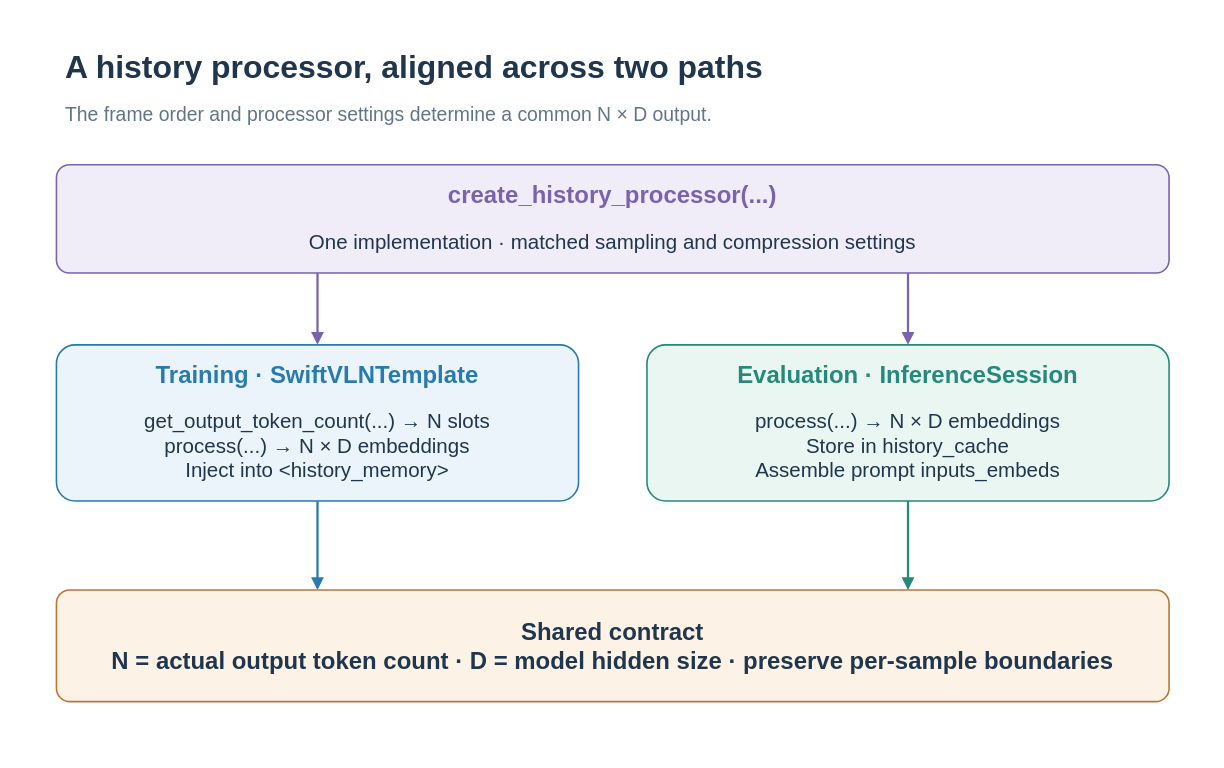
Above: docs/assets/workflows/processor-contract.en-US.drawio in Eku127/SwiftVLN (draw.io), before the change. Source tidied: cells renumbered, new cells numbered last; positions are measured from the earlier drawing's top-left corner, leaving out a move shared by most shapes. Both pictures are drawn from the tidied source at 114%, with x=0, y=0 at pixel (19, 19).
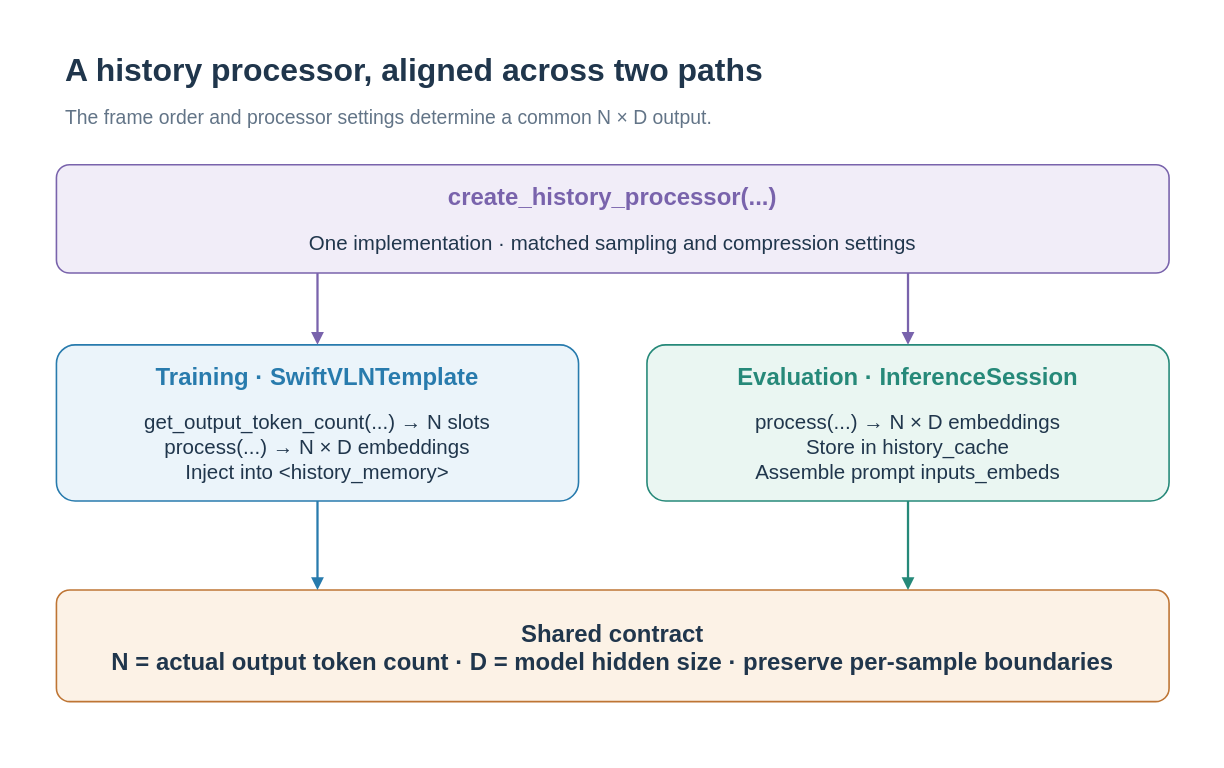
Above is the later version.

Change to the diagram source:
```diff
@@
-    <mxCell id="2" style="rounded=0;arcSize=12;whiteSpace=wrap;html=0;fillColor=#FFFFFF;strokeColor=none;strokeWidth=1.4;fontColor=#20364C;fontFamily=Arial;fontSize=19;fontStyle=0;align=center;verticalAlign=middle;spacing=8;" parent="1" vertex="1">
+    <mxCell id="2" style="rounded=0;arcSize=12;whiteSpace=nowrap;html=0;fillColor=#FFFFFF;strokeColor=none;strokeWidth=1.4;fontColor=#20364C;fontFamily=Arial;fontSize=19;fontStyle=0;align=center;verticalAlign=middle;spacing=8;" parent="1" vertex="1">
       <mxGeometry width="1040" height="640" as="geometry" />
     </mxCell>
-    <mxCell id="3" value="A history processor, aligned across two paths" style="rounded=0;arcSize=12;whiteSpace=wrap;html=0;fillColor=none;strokeColor=none;strokeWidth=1.4;fontColor=#20364C;fontFamily=Arial;fontSize=28;fontStyle=1;align=left;verticalAlign=middle;spacing=8;" parent="1" vertex="1">
+    <mxCell id="3" value="A history processor, aligned across two paths" style="rounded=0;arcSize=12;whiteSpace=nowrap;html=0;fillColor=none;strokeColor=none;strokeWidth=1.4;fontColor=#20364C;fontFamily=Arial;fontSize=28;fontStyle=1;align=left;verticalAlign=middle;spacing=8;" parent="1" vertex="1">
       <mxGeometry x="32" y="22" width="970" height="38" as="geometry" />
     </mxCell>
-    <mxCell id="4" value="The frame order and processor settings determine a common N × D output." style="rounded=0;arcSize=12;whiteSpace=wrap;html=0;fillColor=none;strokeColor=none;strokeWidth=1.4;fontColor=#627487;fontFamily=Arial;fontSize=17;fontStyle=0;align=left;verticalAlign=middle;spacing=8;" parent="1" vertex="1">
+    <mxCell id="4" value="The frame order and processor settings determine a common N × D output." style="rounded=0;arcSize=12;whiteSpace=nowrap;html=0;fillColor=none;strokeColor=none;strokeWidth=1.4;fontColor=#627487;fontFamily=Arial;fontSize=17;fontStyle=0;align=left;verticalAlign=middle;spacing=8;" parent="1" vertex="1">
       <mxGeometry x="32" y="67" width="970" height="34" as="geometry" />
     </mxCell>
-    <mxCell id="5" style="rounded=1;arcSize=12;whiteSpace=wrap;html=0;fillColor=#F1EDF8;strokeColor=#7963AC;strokeWidth=1.4;fontColor=#20364C;fontFamily=Arial;fontSize=19;fontStyle=0;align=center;verticalAlign=middle;spacing=8;" parent="1" vertex="1">
+    <mxCell id="5" style="rounded=1;arcSize=12;whiteSpace=nowrap;html=0;fillColor=#F1EDF8;strokeColor=#7963AC;strokeWidth=1.4;fontColor=#20364C;fontFamily=Arial;fontSize=19;fontStyle=0;align=center;verticalAlign=middle;spacing=8;" parent="1" vertex="1">
       <mxGeometry x="32" y="127" width="976" height="95" as="geometry" />
     </mxCell>
-    <mxCell id="6" value="create_history_processor(...)" style="rounded=0;arcSize=12;whiteSpace=wrap;html=0;fillColor=none;strokeColor=none;strokeWidth=1.4;fontColor=#7963AC;fontFamily=Arial;fontSize=21;fontStyle=1;align=center;verticalAlign=middle;spacing=8;" parent="1" vertex="1">
+    <mxCell id="6" value="create_history_processor(...)" style="rounded=0;arcSize=12;whiteSpace=nowrap;html=0;fillColor=none;strokeColor=none;strokeWidth=1.4;fontColor=#7963AC;fontFamily=Arial;fontSize=21;fontStyle=1;align=center;verticalAlign=middle;spacing=8;" parent="1" vertex="1">
       <mxGeometry x="42" y="137" width="956" height="32" as="geometry" />
     </mxCell>
-    <mxCell id="7" value="One implementation · matched sampling and compression settings" style="rounded=0;arcSize=12;whiteSpace=wrap;html=0;fillColor=none;strokeColor=none;strokeWidth=1.4;fontColor=#20364C;fontFamily=Arial;fontSize=18;fontStyle=0;align=center;verticalAlign=middle;spacing=8;" parent="1" vertex="1">
+    <mxCell id="7" value="One implementation · matched sampling and compression settings" style="rounded=0;arcSize=12;whiteSpace=nowrap;html=0;fillColor=none;strokeColor=none;strokeWidth=1.4;fontColor=#20364C;fontFamily=Arial;fontSize=18;fontStyle=0;align=center;verticalAlign=middle;spacing=8;" parent="1" vertex="1">
       <mxGeometry x="42" y="173" width="956" height="43" as="geometry" />
     </mxCell>
-    <mxCell id="8" style="rounded=1;arcSize=12;whiteSpace=wrap;html=0;fillColor=#EBF4FA;strokeColor=#287BAD;strokeWidth=1.4;fontColor=#20364C;fontFamily=Arial;fontSize=19;fontStyle=0;align=center;verticalAlign=middle;spacing=8;" parent="1" vertex="1">
+    <mxCell id="8" style="rounded=1;arcSize=12;whiteSpace=nowrap;html=0;fillColor=#EBF4FA;strokeColor=#287BAD;strokeWidth=1.4;fontColor=#20364C;fontFamily=Arial;fontSize=19;fontStyle=0;align=center;verticalAlign=middle;spacing=8;" parent="1" vertex="1">
       <mxGeometry x="32" y="285" width="458" height="137" as="geometry" />
     </mxCell>
-    <mxCell id="9" value="Training · SwiftVLNTemplate" style="rounded=0;arcSize=12;whiteSpace=wrap;html=0;fillColor=none;strokeColor=none;strokeWidth=1.4;fontColor=#287BAD;fontFamily=Arial;fontSize=21;fontStyle=1;align=center;verticalAlign=middle;spacing=8;" parent="1" vertex="1">
+    <mxCell id="9" value="Training · SwiftVLNTemplate" style="rounded=0;arcSize=12;whiteSpace=nowrap;html=0;fillColor=none;strokeColor=none;strokeWidth=1.4;fontColor=#287BAD;fontFamily=Arial;fontSize=21;fontStyle=1;align=center;verticalAlign=middle;spacing=8;" parent="1" vertex="1">
       <mxGeometry x="42" y="295" width="438" height="32" as="geometry" />
     </mxCell>
-    <mxCell id="10" value="get_output_token_count(...) → N slots&#10;process(...) → N × D embeddings&#10;Inject into &lt;history_memory&gt;" style="rounded=0;arcSize=12;whiteSpace=wrap;html=0;fillColor=none;strokeColor=none;strokeWidth=1.4;fontColor=#20364C;fontFamily=Arial;fontSize=18;fontStyle=0;align=center;verticalAlign=middle;spacing=8;" parent="1" vertex="1">
+    <mxCell id="10" value="get_output_token_count(...) → N slots&#10;process(...) → N × D embeddings&#10;Inject into &lt;history_memory&gt;" style="rounded=0;arcSize=12;whiteSpace=nowrap;html=0;fillColor=none;strokeColor=none;strokeWidth=1.4;fontColor=#20364C;fontFamily=Arial;fontSize=18;fontStyle=0;align=center;verticalAlign=middle;spacing=8;" parent="1" vertex="1">
       <mxGeometry x="42" y="331" width="438" height="85" as="geometry" />
     </mxCell>
-    <mxCell id="11" style="rounded=1;arcSize=12;whiteSpace=wrap;html=0;fillColor=#EAF6F2;strokeColor=#268979;strokeWidth=1.4;fontColor=#20364C;fontFamily=Arial;fontSize=19;fontStyle=0;align=center;verticalAlign=middle;spacing=8;" parent="1" vertex="1">
+    <mxCell id="11" style="rounded=1;arcSize=12;whiteSpace=nowrap;html=0;fillColor=#EAF6F2;strokeColor=#268979;strokeWidth=1.4;fontColor=#20364C;fontFamily=Arial;fontSize=19;fontStyle=0;align=center;verticalAlign=middle;spacing=8;" parent="1" vertex="1">
       <mxGeometry x="550" y="285" width="458" height="137" as="geometry" />
     </mxCell>
-    <mxCell id="12" value="Evaluation · InferenceSession" style="rounded=0;arcSize=12;whiteSpace=wrap;html=0;fillColor=none;strokeColor=none;strokeWidth=1.4;fontColor=#268979;fontFamily=Arial;fontSize=21;fontStyle=1;align=center;verticalAlign=middle;spacing=8;" parent="1" vertex="1">
+    <mxCell id="12" value="Evaluation · InferenceSession" style="rounded=0;arcSize=12;whiteSpace=nowrap;html=0;fillColor=none;strokeColor=none;strokeWidth=1.4;fontColor=#268979;fontFamily=Arial;fontSize=21;fontStyle=1;align=center;verticalAlign=middle;spacing=8;" parent="1" vertex="1">
       <mxGeometry x="560" y="295" width="438" height="32" as="geometry" />
     </mxCell>
-    <mxCell id="13" value="process(...) → N × D embeddings&#10;Store in history_cache&#10;Assemble prompt inputs_embeds" style="rounded=0;arcSize=12;whiteSpace=wrap;html=0;fillColor=none;strokeColor=none;strokeWidth=1.4;fontColor=#20364C;fontFamily=Arial;fontSize=18;fontStyle=0;align=center;verticalAlign=middle;spacing=8;" parent="1" vertex="1">
+    <mxCell id="13" value="process(...) → N × D embeddings&#10;Store in history_cache&#10;Assemble prompt inputs_embeds" style="rounded=0;arcSize=12;whiteSpace=nowrap;html=0;fillColor=none;strokeColor=none;strokeWidth=1.4;fontColor=#20364C;fontFamily=Arial;fontSize=18;fontStyle=0;align=center;verticalAlign=middle;spacing=8;" parent="1" vertex="1">
       <mxGeometry x="560" y="331" width="438" height="85" as="geometry" />
     </mxCell>
@@
-    <mxCell id="16" value="Shared contract&#10;N = actual output token count · D = model hidden size · preserve per-sample boundaries" style="rounded=1;arcSize=12;whiteSpace=wrap;html=0;fillColor=#FCF2E6;strokeColor=#BE7534;strokeWidth=1.4;fontColor=#20364C;fontFamily=Arial;fontSize=21;fontStyle=1;align=center;verticalAlign=middle;spacing=8;" parent="1" vertex="1">
+    <mxCell id="16" value="Shared contract&#10;N = actual output token count · D = model hidden size · preserve per-sample boundaries" style="rounded=1;arcSize=12;whiteSpace=nowrap;html=0;fillColor=#FCF2E6;strokeColor=#BE7534;strokeWidth=1.4;fontColor=#20364C;fontFamily=Arial;fontSize=21;fontStyle=1;align=center;verticalAlign=middle;spacing=8;" parent="1" vertex="1">
       <mxGeometry x="32" y="500" width="976" height="98" as="geometry" />
     </mxCell>
```
